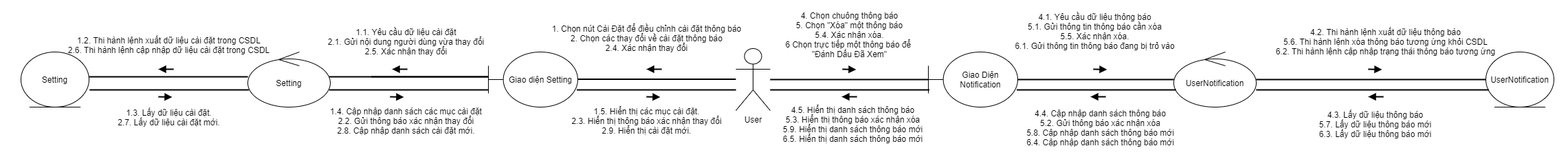
Above: ToDoApp-Doc/Document/Diagram/Collaboration Diagram/UserNotificationManagement/CollaborationDiagram_UserNotificationManagement.png in Merevoli-DatLuu/To-Do-App (draw.io), before the change. Source tidied: cells renumbered, new cells last; positions are measured from the earlier drawing's top-left corner, leaving out a move shared by most shapes.
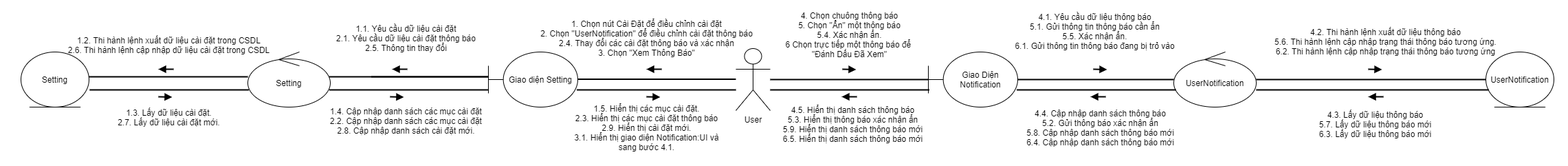
After the commit.

Commit message:
[Modified]: UserNotificationManagement Collaboration Diagram

Diff of the diagram source:
```diff
@@ -38,10 +38,10 @@
         <mxPoint x="1590" y="100" as="targetPoint" />
       </mxGeometry>
     </mxCell>
-    <mxCell id="12" value="4. Chọn chuông thông báo&lt;br&gt;5. Chọn &quot;Xóa&quot; một thông báo&lt;br&gt;5.4. Xác nhận xóa.&lt;br&gt;6 Chọn trực tiếp một thông báo để &lt;br&gt;&quot;Đánh Dấu Đã Xem&quot;" style="text;html=1;align=center;verticalAlign=middle;" parent="1" vertex="1">
+    <mxCell id="12" value="4. Chọn chuông thông báo&lt;br&gt;5. Chọn &quot;Ẩn&quot; một thông báo&lt;br&gt;5.4. Xác nhận ẩn.&lt;br&gt;6 Chọn trực tiếp một thông báo để &lt;br&gt;&quot;Đánh Dấu Đã Xem&quot;" style="text;html=1;align=center;verticalAlign=middle;" parent="1" vertex="1">
       <mxGeometry x="1135" y="15" width="200" height="70" as="geometry" />
     </mxCell>
-    <mxCell id="13" value="4.1. Yêu cầu dữ liệu thông báo&lt;br&gt;5.1. Gửi thông tin thông báo cần xóa&lt;br&gt;5.5. Xác nhận xóa.&lt;br&gt;6.1. Gửi thông tin thông báo đang bị trỏ vào" style="text;html=1;align=center;verticalAlign=middle;" parent="1" vertex="1">
+    <mxCell id="13" value="4.1. Yêu cầu dữ liệu thông báo&lt;br&gt;5.1. Gửi thông tin thông báo cần ẩn&lt;br&gt;5.5. Xác nhận ẩn.&lt;br&gt;6.1. Gửi thông tin thông báo đang bị trỏ vào" style="text;html=1;align=center;verticalAlign=middle;" parent="1" vertex="1">
       <mxGeometry x="1467" y="15" width="250" height="60" as="geometry" />
     </mxCell>
     <mxCell id="14" style="endArrow=none;html=1;startArrow=block;startFill=1;endFill=0;strokeWidth=2;rounded=0;" parent="1" edge="1">
@@ -50,8 +50,8 @@
         <mxPoint x="1990" y="100" as="targetPoint" />
       </mxGeometry>
     </mxCell>
-    <mxCell id="15" value="4.2. Thi hành lệnh xuất dữ liệu thông báo&lt;br&gt;5.6. Thi hành lệnh xóa thông báo tương ứng khỏi CSDL&lt;br&gt;6.2. Thi hành lệnh cập nhập trạng thái thông báo tương ứng" style="text;html=1;align=center;verticalAlign=middle;" parent="1" vertex="1">
-      <mxGeometry x="1850" y="35" width="330" height="50" as="geometry" />
+    <mxCell id="15" value="4.2. Thi hành lệnh xuất dữ liệu thông báo&lt;br&gt;5.6. Thi hành lệnh cập nhập trạng thái thông báo tương ứng.&lt;br&gt;6.2. Thi hành lệnh cập nhập trạng thái thông báo tương ứng" style="text;html=1;align=center;verticalAlign=middle;" parent="1" vertex="1">
+      <mxGeometry x="1845" y="35" width="340" height="50" as="geometry" />
     </mxCell>
     <mxCell id="16" style="endArrow=none;html=1;startArrow=block;startFill=1;endFill=0;strokeWidth=2;rounded=0;" parent="1" edge="1">
       <mxGeometry relative="1" as="geometry">
@@ -59,7 +59,7 @@
         <mxPoint x="1608" y="140" as="targetPoint" />
       </mxGeometry>
     </mxCell>
-    <mxCell id="17" value="4.4. Cập nhập danh sách thông báo&lt;br&gt;5.2. Gửi thông báo xác nhận xóa&lt;br&gt;5.8. Cập nhập danh sách thông báo mới&lt;br&gt;6.4. Cập nhập danh sách thông báo mới" style="text;html=1;align=center;verticalAlign=middle;" parent="1" vertex="1">
+    <mxCell id="17" value="4.4. Cập nhập danh sách thông báo&lt;br&gt;5.2. Gửi thông báo xác nhận ẩn&lt;br&gt;5.8. Cập nhập danh sách thông báo mới&lt;br&gt;6.4. Cập nhập danh sách thông báo mới" style="text;html=1;align=center;verticalAlign=middle;" parent="1" vertex="1">
       <mxGeometry x="1485" y="155" width="230" height="60" as="geometry" />
     </mxCell>
     <mxCell id="18" style="edgeStyle=orthogonalEdgeStyle;rounded=0;orthogonalLoop=1;jettySize=auto;html=1;startArrow=none;startFill=0;endArrow=none;endFill=0;strokeWidth=2;" parent="1" edge="1">
@@ -103,7 +103,7 @@
         <mxPoint x="1246" y="140" as="targetPoint" />
       </mxGeometry>
     </mxCell>
-    <mxCell id="24" value="4.5. Hiển thị danh sách thông báo&lt;br&gt;5.3. Hiển thị thông báo xác nhận xóa&lt;br&gt;5.9. Hiển thị danh sách thông báo mới&lt;br&gt;6.5. Hiển thị danh sách thông báo mới" style="text;html=1;align=center;verticalAlign=middle;" parent="1" vertex="1">
+    <mxCell id="24" value="4.5. Hiển thị danh sách thông báo&lt;br&gt;5.3. Hiển thị thông báo xác nhận ẩn&lt;br&gt;5.9. Hiển thị danh sách thông báo mới&lt;br&gt;6.5. Hiển thị danh sách thông báo mới" style="text;html=1;align=center;verticalAlign=middle;" parent="1" vertex="1">
       <mxGeometry x="1130" y="150" width="220" height="60" as="geometry" />
     </mxCell>
     <mxCell id="25" style="edgeStyle=orthogonalEdgeStyle;rounded=0;orthogonalLoop=1;jettySize=auto;html=1;startArrow=none;startFill=0;endArrow=none;endFill=0;strokeWidth=2;" parent="1" edge="1">
@@ -221,11 +221,11 @@
         <mxPoint x="252" y="100" as="targetPoint" />
       </mxGeometry>
     </mxCell>
-    <mxCell id="41" value="1. Chọn nút Cài Đặt để điều chỉnh cài đặt thông báo&lt;br&gt;2. Chọn các thay đổi về cài đặt thông báo&lt;br&gt;2.4. Xác nhận thay đổi" style="text;html=1;align=center;verticalAlign=middle;" parent="1" vertex="1">
-      <mxGeometry x="795" y="30" width="290" height="50" as="geometry" />
+    <mxCell id="41" value="1. Chọn nút Cài Đặt để điều chỉnh cài đặt&lt;br&gt;2. Chọn &quot;UserNotification&quot; để điều chỉnh cài đặt thông báo&lt;br&gt;2.4. Thay đổi các cài đặt thông báo và xác nhận&lt;br&gt;3. Chọn &quot;Xem Thông Báo&quot;" style="text;html=1;align=center;verticalAlign=middle;" parent="1" vertex="1">
+      <mxGeometry x="780" y="25" width="320" height="60" as="geometry" />
     </mxCell>
-    <mxCell id="42" value="1.1. Yêu cầu dữ liệu cài đặt&lt;br&gt;2.1. Gửi nội dung người dùng vừa thay đổi&lt;br&gt;2.5. Xác nhận thay đổi" style="text;html=1;align=center;verticalAlign=middle;" parent="1" vertex="1">
-      <mxGeometry x="470" y="35" width="240" height="50" as="geometry" />
+    <mxCell id="42" value="1.1. Yêu cầu dữ liệu cài đặt&lt;br&gt;2.1. Yêu cầu dữ liệu cài đặt thông báo&lt;br&gt;2.5. Thông tin thay đổi" style="text;html=1;align=center;verticalAlign=middle;" parent="1" vertex="1">
+      <mxGeometry x="480" y="30" width="220" height="50" as="geometry" />
     </mxCell>
     <mxCell id="43" value="1.2. Thi hành lệnh xuất dữ liệu cài đặt trong CSDL&lt;br&gt;2.6. Thi hành lệnh cập nhập dữ liệu cài đặt trong CSDL" style="text;html=1;align=center;verticalAlign=middle;" parent="1" vertex="1">
       <mxGeometry x="90" y="50" width="310" height="30" as="geometry" />
@@ -233,11 +233,11 @@
     <mxCell id="44" value="1.3. Lấy dữ liệu cài đặt.&lt;br&gt;2.7. Lấy dữ liệu cài đặt mới." style="text;html=1;align=center;verticalAlign=middle;" parent="1" vertex="1">
       <mxGeometry x="165" y="155" width="160" height="30" as="geometry" />
     </mxCell>
-    <mxCell id="45" value="1.4. Cập nhập danh sách các mục cài đặt&lt;br&gt;2.2. Gửi thông báo xác nhận thay đổi&lt;br&gt;2.8. Cập nhập danh sách cài đặt mới." style="text;html=1;align=center;verticalAlign=middle;" parent="1" vertex="1">
+    <mxCell id="45" value="1.4. Cập nhập danh sách các mục cài đặt&lt;br&gt;2.2. Cập nhập danh sách các mục cài đặt&lt;br&gt;2.8. Cập nhập danh sách cài đặt mới." style="text;html=1;align=center;verticalAlign=middle;" parent="1" vertex="1">
       <mxGeometry x="470" y="150" width="240" height="50" as="geometry" />
     </mxCell>
-    <mxCell id="46" value="1.5. Hiển thị các mục cài đặt.&lt;br&gt;2.3. Hiển thị thông báo xác nhận thay đổi&lt;br&gt;2.9. Hiển thị cài đặt mới." style="text;html=1;align=center;verticalAlign=middle;" parent="1" vertex="1">
-      <mxGeometry x="825" y="150" width="230" height="50" as="geometry" />
+    <mxCell id="46" value="1.5. Hiển thị các mục cài đặt.&lt;br&gt;2.3. Hiển thị các mục cài đặt thông báo&lt;br&gt;2.9. Hiển thị cài đặt mới.&lt;br&gt;3.1. Hiển thị giao diện Notification:UI và&lt;br&gt;sang bước 4.1." style="text;html=1;align=center;verticalAlign=middle;" parent="1" vertex="1">
+      <mxGeometry x="825" y="150" width="230" height="70" as="geometry" />
     </mxCell>
   </root>
 </mxGraphModel>
```
